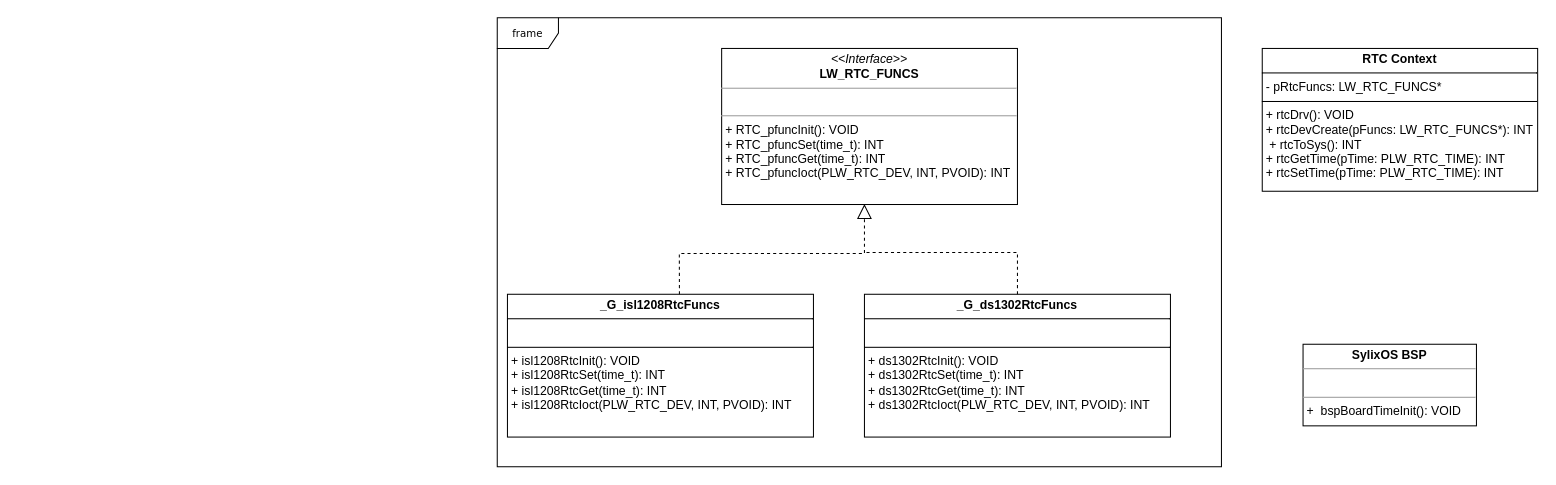
The draw.io diagram page "Page-1" (1 of 3) of draw/SylixOS内核艺术.drawio in peng-fan/drawio, before the edit. Source tidied: cells renumbered, new cells numbered last; positions are measured from the earlier drawing's top-left corner, leaving out a move shared by most shapes. Both pictures are drawn from the tidied source at 102%, with x=0, y=0 at pixel (497, 17).
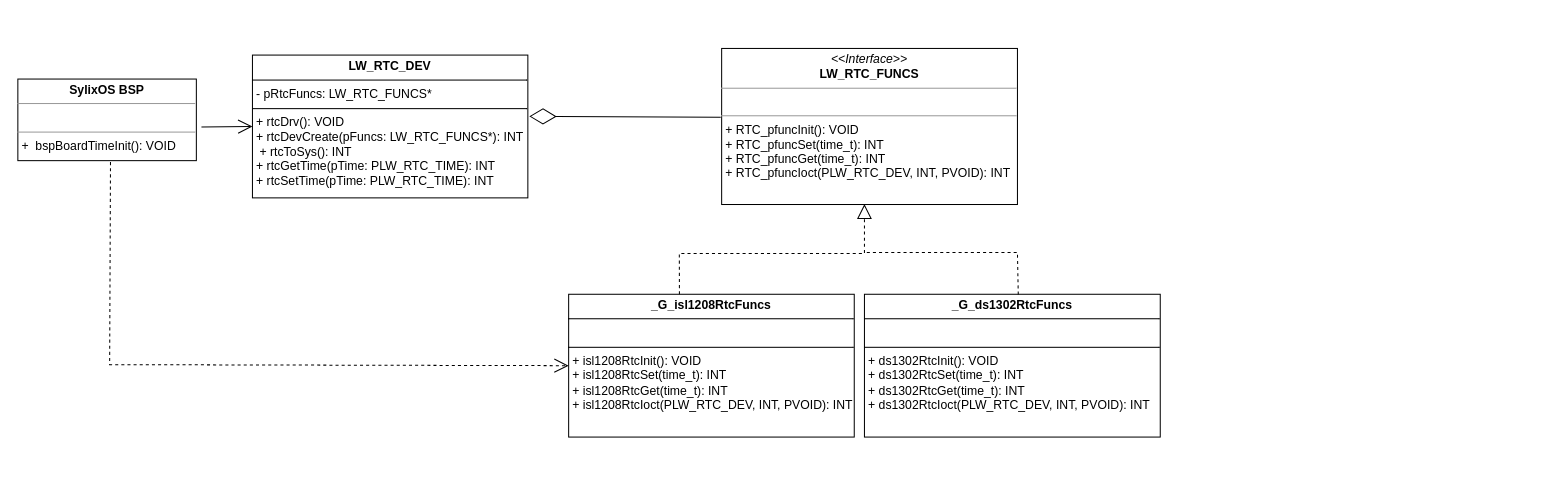
The same diagram, later.

Commit message (it also covers changes not shown here):
更新SylixOS内核艺术.drawio

What changed in the source:
```diff
@@
 <mxGraphModel>
   <root>
     <mxCell id="0" />
     <mxCell id="1" parent="0" />
-    <mxCell id="2" value="frame" style="shape=umlFrame;whiteSpace=wrap;html=1;rounded=0;shadow=0;comic=0;labelBackgroundColor=none;strokeWidth=1;fontFamily=Verdana;fontSize=10;align=center;" parent="1" vertex="1">
-      <mxGeometry width="710" height="440" as="geometry" />
-    </mxCell>
     <mxCell id="3" value="&lt;p style=&quot;margin:0px;margin-top:4px;text-align:center;&quot;&gt;&lt;i&gt;&amp;lt;&amp;lt;Interface&amp;gt;&amp;gt;&lt;/i&gt;&lt;br&gt;&lt;b&gt;LW_RTC_FUNCS&lt;/b&gt;&lt;/p&gt;&lt;hr size=&quot;1&quot;&gt;&lt;p style=&quot;margin:0px;margin-left:4px;&quot;&gt;&lt;br&gt;&lt;/p&gt;&lt;hr size=&quot;1&quot;&gt;&lt;p style=&quot;margin:0px;margin-left:4px;&quot;&gt;+ RTC_pfuncInit(): VOID&lt;br&gt;+ RTC_pfuncSet(time_t): INT&lt;/p&gt;&lt;p style=&quot;margin:0px;margin-left:4px;&quot;&gt;+&amp;nbsp;&lt;span style=&quot;background-color: transparent; color: light-dark(rgb(0, 0, 0), rgb(255, 255, 255));&quot;&gt;RTC_pfuncGet(&lt;/span&gt;&lt;span style=&quot;background-color: transparent;&quot;&gt;time_t&lt;/span&gt;&lt;span style=&quot;background-color: transparent; color: light-dark(rgb(0, 0, 0), rgb(255, 255, 255));&quot;&gt;): INT&lt;/span&gt;&lt;/p&gt;&lt;p style=&quot;margin:0px;margin-left:4px;&quot;&gt;+&amp;nbsp;&lt;span style=&quot;background-color: transparent;&quot;&gt;RTC_pfuncIoct&lt;/span&gt;&lt;span style=&quot;color: light-dark(rgb(0, 0, 0), rgb(255, 255, 255)); background-color: transparent;&quot;&gt;(P&lt;/span&gt;&lt;span style=&quot;background-color: transparent;&quot;&gt;LW_RTC_DEV, INT, PVOID): INT&lt;/span&gt;&lt;/p&gt;" style="verticalAlign=top;align=left;overflow=fill;fontSize=12;fontFamily=Helvetica;html=1;rounded=0;shadow=0;comic=0;labelBackgroundColor=none;strokeWidth=1;" parent="1" vertex="1">
       <mxGeometry x="220" y="30" width="290" height="153" as="geometry" />
     </mxCell>
     <mxCell id="4" value="&lt;p style=&quot;margin:0px;margin-top:4px;text-align:center;&quot;&gt;&lt;b&gt;_G_&lt;span style=&quot;background-color: transparent; color: light-dark(rgb(0, 0, 0), rgb(255, 255, 255)); text-align: left;&quot;&gt;isl1208RtcFuncs&lt;/span&gt;&lt;/b&gt;&lt;/p&gt;&lt;hr size=&quot;1&quot; style=&quot;border-style:solid;&quot;&gt;&lt;p style=&quot;margin:0px;margin-left:4px;&quot;&gt;&lt;br&gt;&lt;/p&gt;&lt;hr size=&quot;1&quot; style=&quot;border-style:solid;&quot;&gt;&lt;p style=&quot;text-wrap-mode: nowrap; margin: 0px 0px 0px 4px;&quot;&gt;+ isl1208RtcInit(): VOID&lt;br&gt;+ isl1208RtcSet(time_t): INT&lt;/p&gt;&lt;p style=&quot;margin: 0px 0px 0px 4px; text-wrap-mode: nowrap;&quot;&gt;+ isl1208Rtc&lt;span style=&quot;background-color: transparent; color: light-dark(rgb(0, 0, 0), rgb(255, 255, 255));&quot;&gt;Get(&lt;/span&gt;&lt;span style=&quot;background-color: transparent;&quot;&gt;time_t&lt;/span&gt;&lt;span style=&quot;background-color: transparent; color: light-dark(rgb(0, 0, 0), rgb(255, 255, 255));&quot;&gt;): INT&lt;/span&gt;&lt;/p&gt;&lt;p style=&quot;text-wrap-mode: nowrap; margin: 0px 0px 0px 4px;&quot;&gt;+ isl1208Rtc&lt;span style=&quot;background-color: transparent;&quot;&gt;Ioct&lt;/span&gt;&lt;span style=&quot;color: light-dark(rgb(0, 0, 0), rgb(255, 255, 255)); background-color: transparent;&quot;&gt;(P&lt;/span&gt;&lt;span style=&quot;background-color: transparent;&quot;&gt;LW_RTC_DEV, INT, PVOID): INT&lt;/span&gt;&lt;/p&gt;" style="verticalAlign=top;align=left;overflow=fill;html=1;whiteSpace=wrap;" parent="1" vertex="1">
-      <mxGeometry x="10" y="271" width="300" height="140" as="geometry" />
+      <mxGeometry x="70" y="271" width="280" height="140" as="geometry" />
     </mxCell>
     <mxCell id="5" value="&lt;p style=&quot;margin:0px;margin-top:4px;text-align:center;&quot;&gt;&lt;b&gt;_G_ds1302RtcFuncs&lt;/b&gt;&lt;/p&gt;&lt;hr size=&quot;1&quot; style=&quot;border-style:solid;&quot;&gt;&lt;p style=&quot;margin:0px;margin-left:4px;&quot;&gt;&lt;br&gt;&lt;/p&gt;&lt;hr size=&quot;1&quot; style=&quot;border-style:solid;&quot;&gt;&lt;p style=&quot;text-wrap-mode: nowrap; margin: 0px 0px 0px 4px;&quot;&gt;+&amp;nbsp;&lt;span style=&quot;text-wrap-mode: wrap;&quot;&gt;ds1302&lt;/span&gt;RtcInit(): VOID&lt;br&gt;+&amp;nbsp;&lt;span style=&quot;text-wrap-mode: wrap;&quot;&gt;ds1302&lt;/span&gt;RtcSet(time_t): INT&lt;/p&gt;&lt;p style=&quot;margin: 0px 0px 0px 4px; text-wrap-mode: nowrap;&quot;&gt;+&amp;nbsp;&lt;span style=&quot;text-wrap-mode: wrap;&quot;&gt;ds1302&lt;/span&gt;Rtc&lt;span style=&quot;background-color: transparent; color: light-dark(rgb(0, 0, 0), rgb(255, 255, 255));&quot;&gt;Get(&lt;/span&gt;&lt;span style=&quot;background-color: transparent;&quot;&gt;time_t&lt;/span&gt;&lt;span style=&quot;background-color: transparent; color: light-dark(rgb(0, 0, 0), rgb(255, 255, 255));&quot;&gt;): INT&lt;/span&gt;&lt;/p&gt;&lt;p style=&quot;text-wrap-mode: nowrap; margin: 0px 0px 0px 4px;&quot;&gt;+&amp;nbsp;&lt;span style=&quot;text-wrap-mode: wrap;&quot;&gt;ds1302&lt;/span&gt;Rtc&lt;span style=&quot;background-color: transparent;&quot;&gt;Ioct&lt;/span&gt;&lt;span style=&quot;color: light-dark(rgb(0, 0, 0), rgb(255, 255, 255)); background-color: transparent;&quot;&gt;(P&lt;/span&gt;&lt;span style=&quot;background-color: transparent;&quot;&gt;LW_RTC_DEV, INT, PVOID): INT&lt;/span&gt;&lt;/p&gt;" style="verticalAlign=top;align=left;overflow=fill;html=1;whiteSpace=wrap;" parent="1" vertex="1">
-      <mxGeometry x="360" y="271" width="300" height="140" as="geometry" />
+      <mxGeometry x="360" y="271" width="290" height="140" as="geometry" />
     </mxCell>
     <mxCell id="6" style="endArrow=block;dashed=1;endFill=0;endSize=12;html=1;rounded=0;exitX=0.567;exitY=-0.007;exitDx=0;exitDy=0;exitPerimeter=0;entryX=0.488;entryY=0.991;entryDx=0;entryDy=0;entryPerimeter=0;" parent="1" edge="1">
       <mxGeometry relative="1" as="geometry">
         <mxPoint x="178.6" y="271" as="sourcePoint" />
         <mxPoint x="360" y="182.6" as="targetPoint" />
         <Array as="points">
           <mxPoint x="178.5" y="231" />
           <mxPoint x="360" y="231" />
         </Array>
       </mxGeometry>
     </mxCell>
-    <mxCell id="7" style="endArrow=none;dashed=1;html=1;rounded=0;exitX=0.5;exitY=0;exitDx=0;exitDy=0;" parent="1" edge="1" source="5">
+    <mxCell id="7" style="endArrow=none;dashed=1;html=1;rounded=0;exitX=0.52;exitY=0.002;exitDx=0;exitDy=0;exitPerimeter=0;" parent="1" edge="1" source="5">
       <mxGeometry relative="1" as="geometry">
         <mxPoint x="360" y="230" as="targetPoint" />
         <Array as="points">
           <mxPoint x="510" y="230" />
         </Array>
       </mxGeometry>
     </mxCell>
     <mxCell id="8" value="&lt;p style=&quot;margin:0px;margin-top:4px;text-align:center;&quot;&gt;&lt;span style=&quot;font-weight: 700; text-wrap-mode: wrap;&quot;&gt;SylixOS BSP&lt;/span&gt;&lt;/p&gt;&lt;hr size=&quot;1&quot;&gt;&lt;p style=&quot;margin:0px;margin-left:4px;&quot;&gt;&lt;br&gt;&lt;/p&gt;&lt;hr size=&quot;1&quot;&gt;&lt;p style=&quot;margin:0px;margin-left:4px;&quot;&gt;&lt;span style=&quot;text-wrap-mode: wrap;&quot;&gt;+ &amp;nbsp;bspBoardTimeInit(): VOID&lt;/span&gt;&lt;/p&gt;" style="verticalAlign=top;align=left;overflow=fill;fontSize=12;fontFamily=Helvetica;html=1;rounded=0;shadow=0;comic=0;labelBackgroundColor=none;strokeWidth=1;" parent="1" vertex="1">
-      <mxGeometry x="790" y="320" width="170" height="80" as="geometry" />
+      <mxGeometry x="-470" y="60" width="175" height="80" as="geometry" />
     </mxCell>
-    <mxCell id="9" value="&lt;p style=&quot;margin:0px;margin-top:4px;text-align:center;&quot;&gt;&lt;b&gt;RTC Context&lt;/b&gt;&lt;/p&gt;&lt;hr size=&quot;1&quot; style=&quot;border-style:solid;&quot;&gt;&lt;p style=&quot;margin:0px;margin-left:4px;&quot;&gt;- pRtcFuncs: LW_RTC_FUNCS*&lt;/p&gt;&lt;hr size=&quot;1&quot; style=&quot;border-style:solid;&quot;&gt;&lt;p style=&quot;margin:0px;margin-left:4px;&quot;&gt;+ rtcDrv(): VOID&lt;/p&gt;&lt;p style=&quot;margin:0px;margin-left:4px;&quot;&gt;+ rtcDevCreate(pFuncs: LW_RTC_FUNCS*): INT&lt;/p&gt;&lt;p style=&quot;margin:0px;margin-left:4px;&quot;&gt;&amp;nbsp;+ rtcToSys(): INT&lt;/p&gt;&lt;p style=&quot;margin:0px;margin-left:4px;&quot;&gt;+ rtcGetTime(pTime: PLW_RTC_TIME): INT&lt;/p&gt;&lt;p style=&quot;margin:0px;margin-left:4px;&quot;&gt;+ rtcSetTime(pTime: PLW_RTC_TIME): INT&lt;/p&gt;" style="verticalAlign=top;align=left;overflow=fill;html=1;whiteSpace=wrap;" parent="1" vertex="1">
-      <mxGeometry x="750" y="30" width="270" height="140" as="geometry" />
+    <mxCell id="9" value="&lt;p style=&quot;margin:0px;margin-top:4px;text-align:center;&quot;&gt;&lt;b&gt;LW_RTC_DEV&lt;/b&gt;&lt;/p&gt;&lt;hr size=&quot;1&quot; style=&quot;border-style:solid;&quot;&gt;&lt;p style=&quot;margin:0px;margin-left:4px;&quot;&gt;- pRtcFuncs: LW_RTC_FUNCS*&lt;/p&gt;&lt;hr size=&quot;1&quot; style=&quot;border-style:solid;&quot;&gt;&lt;p style=&quot;margin:0px;margin-left:4px;&quot;&gt;+ rtcDrv(): VOID&lt;/p&gt;&lt;p style=&quot;margin:0px;margin-left:4px;&quot;&gt;+ rtcDevCreate(pFuncs: LW_RTC_FUNCS*): INT&lt;/p&gt;&lt;p style=&quot;margin:0px;margin-left:4px;&quot;&gt;&amp;nbsp;+ rtcToSys(): INT&lt;/p&gt;&lt;p style=&quot;margin:0px;margin-left:4px;&quot;&gt;+ rtcGetTime(pTime: PLW_RTC_TIME): INT&lt;/p&gt;&lt;p style=&quot;margin:0px;margin-left:4px;&quot;&gt;+ rtcSetTime(pTime: PLW_RTC_TIME): INT&lt;/p&gt;" style="verticalAlign=top;align=left;overflow=fill;html=1;whiteSpace=wrap;" parent="1" vertex="1">
+      <mxGeometry x="-240" y="36.5" width="270" height="140" as="geometry" />
     </mxCell>
+    <mxCell id="10" style="endArrow=diamondThin;endFill=0;endSize=24;html=1;rounded=0;exitX=-0.003;exitY=0.441;exitDx=0;exitDy=0;exitPerimeter=0;entryX=1.005;entryY=0.429;entryDx=0;entryDy=0;entryPerimeter=0;" parent="1" edge="1" source="3" target="9">
+      <mxGeometry relative="1" as="geometry" />
+    </mxCell>
+    <mxCell id="11" style="endArrow=open;endFill=1;endSize=12;html=1;rounded=0;entryX=0;entryY=0.5;entryDx=0;entryDy=0;" parent="1" edge="1" target="9">
+      <mxGeometry relative="1" as="geometry">
+        <mxPoint x="-290" y="107" as="sourcePoint" />
+      </mxGeometry>
+    </mxCell>
+    <mxCell id="12" style="endArrow=open;endSize=12;dashed=1;html=1;rounded=0;exitX=0.519;exitY=1.018;exitDx=0;exitDy=0;entryX=0;entryY=0.5;entryDx=0;entryDy=0;exitPerimeter=0;" parent="1" edge="1" source="8" target="4">
+      <mxGeometry relative="1" as="geometry">
+        <Array as="points">
+          <mxPoint x="-380" y="340" />
+        </Array>
+      </mxGeometry>
+    </mxCell>
   </root>
 </mxGraphModel>
```
